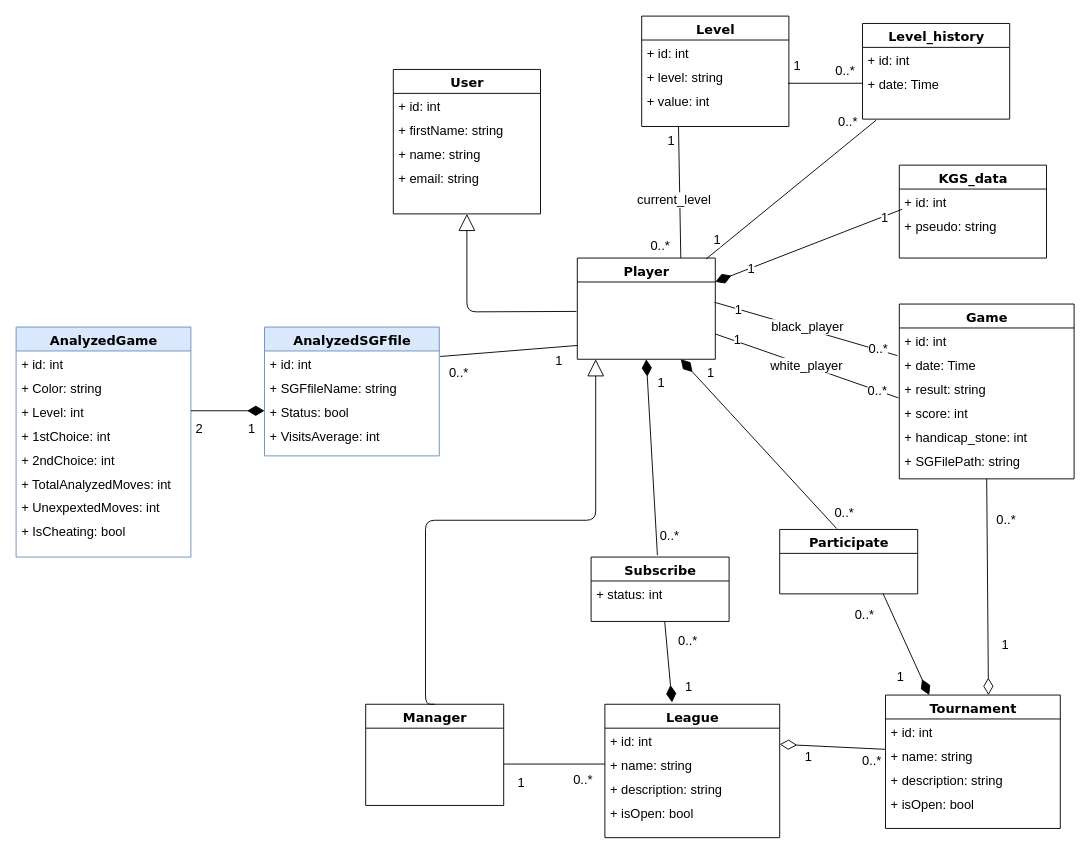
This is documentation/ModelClasses.drawio from magitcian/OpenGoLeagues, a draw.io file, before an edit. Source tidied: cells renumbered, new cells numbered last; positions are measured from the earlier drawing's top-left corner, leaving out a move shared by most shapes. Both pictures are drawn from the tidied source at 92%, with x=0, y=0 at pixel (16, 16).
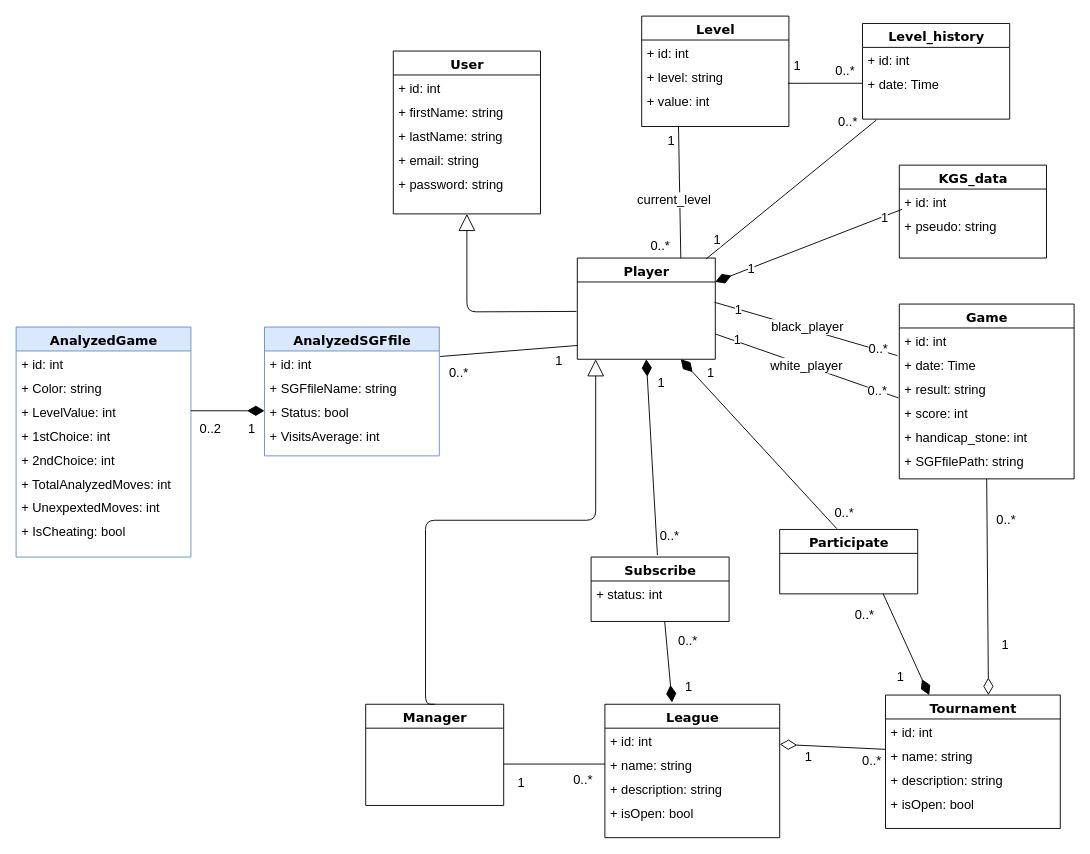
Above is the later version.

Commit message:
docs : update of classes model diagram

The change refers to these unchanged cells:
```xml
<mxCell id="20" value="Game" style="swimlane;html=1;fontStyle=1;align=center;verticalAlign=top;horizontal=1;startSize=26;swimlaneFillColor=#ffffff;rounded=0;shadow=0;comic=0;labelBackgroundColor=none;strokeWidth=1;fontFamily=Verdana;fontSize=14;" parent="1" vertex="1">
  <mxGeometry x="960" y="313" width="190" height="190" as="geometry" />
</mxCell>
<mxCell id="71" value="AnalyzedGame" style="swimlane;html=1;fontStyle=1;align=center;verticalAlign=top;horizontal=1;startSize=26;swimlaneFillColor=#ffffff;rounded=0;shadow=0;comic=0;labelBackgroundColor=none;strokeWidth=1;fillColor=#dae8fc;fontFamily=Verdana;fontSize=14;strokeColor=#6c8ebf;" parent="1" vertex="1">
  <mxGeometry y="338" width="190" height="250" as="geometry" />
</mxCell>
<mxCell id="84" style="endArrow=none;html=1;rounded=0;startArrow=diamondThin;startFill=1;targetPerimeterSpacing=0;endSize=8;strokeWidth=1;jumpSize=10;startSize=16;exitX=0;exitY=0.5;exitDx=0;exitDy=0;entryX=1;entryY=0.5;entryDx=0;entryDy=0;fontSize=14;" parent="1" edge="1" source="69" target="74">
  <mxGeometry relative="1" as="geometry" />
</mxCell>
```

The edit, as a diff of the source:
```diff
@@
     <mxCell id="2" value="User" style="swimlane;html=1;fontStyle=1;align=center;verticalAlign=top;horizontal=1;startSize=26;swimlaneFillColor=#ffffff;rounded=0;shadow=0;comic=0;labelBackgroundColor=none;strokeWidth=1;fillColor=none;fontFamily=Verdana;fontSize=14;" parent="1" vertex="1">
-      <mxGeometry x="410" y="58" width="160" height="157" as="geometry" />
+      <mxGeometry x="410" y="38" width="160" height="177" as="geometry" />
     </mxCell>
@@
-    <mxCell id="5" value="+ name: string" style="text;html=1;strokeColor=none;fillColor=none;align=left;verticalAlign=top;spacingLeft=4;spacingRight=4;whiteSpace=wrap;overflow=hidden;fontSize=14;" parent="2" vertex="1">
+    <mxCell id="5" value="+ lastName: string" style="text;html=1;strokeColor=none;fillColor=none;align=left;verticalAlign=top;spacingLeft=4;spacingRight=4;whiteSpace=wrap;overflow=hidden;fontSize=14;" parent="2" vertex="1">
       <mxGeometry y="78" width="160" height="26" as="geometry" />
     </mxCell>
@@
+    <mxCell id="102" value="+ password: string" style="text;html=1;strokeColor=none;fillColor=none;align=left;verticalAlign=top;spacingLeft=4;spacingRight=4;whiteSpace=wrap;overflow=hidden;fontSize=14;" parent="2" vertex="1">
+      <mxGeometry y="130" width="160" height="26" as="geometry" />
+    </mxCell>
@@
-    <mxCell id="26" value="+ SGFilePath: string" style="text;html=1;strokeColor=none;fillColor=none;align=left;verticalAlign=top;spacingLeft=4;spacingRight=4;whiteSpace=wrap;overflow=hidden;fontSize=14;" parent="20" vertex="1">
+    <mxCell id="26" value="+ SGFfilePath: string" style="text;html=1;strokeColor=none;fillColor=none;align=left;verticalAlign=top;spacingLeft=4;spacingRight=4;whiteSpace=wrap;overflow=hidden;fontSize=14;" parent="20" vertex="1">
       <mxGeometry y="156" width="190" height="26" as="geometry" />
     </mxCell>
@@
-    <mxCell id="74" value="+ Level: int" style="text;html=1;strokeColor=none;fillColor=none;align=left;verticalAlign=top;spacingLeft=4;spacingRight=4;whiteSpace=wrap;overflow=hidden;points=[[0,0.5],[1,0.5]];portConstraint=eastwest;fontSize=14;" parent="71" vertex="1">
+    <mxCell id="74" value="+ LevelValue: int" style="text;html=1;strokeColor=none;fillColor=none;align=left;verticalAlign=top;spacingLeft=4;spacingRight=4;whiteSpace=wrap;overflow=hidden;points=[[0,0.5],[1,0.5]];portConstraint=eastwest;fontSize=14;" parent="71" vertex="1">
       <mxGeometry y="78" width="190" height="26" as="geometry" />
     </mxCell>
@@
-    <mxCell id="86" value="2" style="edgeLabel;html=1;align=center;verticalAlign=middle;fontSize=14;" parent="84" vertex="1">
+    <mxCell id="86" value="0..2" style="edgeLabel;html=1;align=center;verticalAlign=middle;fontSize=14;" parent="84" vertex="1">
       <mxGeometry x="0.8" y="-1" relative="1" as="geometry">
-        <mxPoint y="20" as="offset" />
+        <mxPoint x="12" y="20" as="offset" />
       </mxGeometry>
     </mxCell>
```
